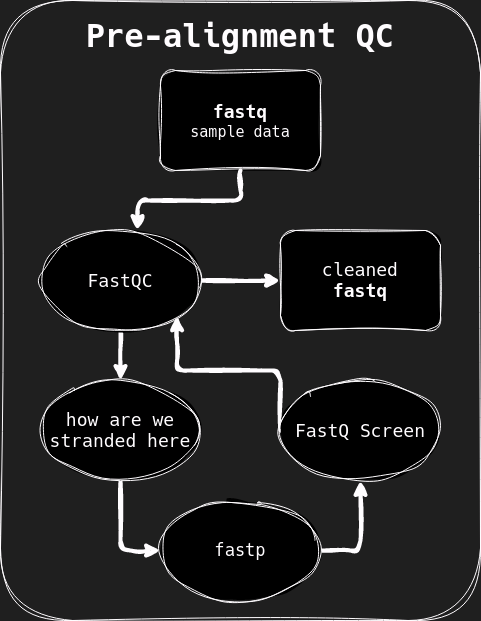
synanth/draw_io keeps this draw.io diagram as pre_align_qc.png. Above is the earlier version. Source tidied: cells renumbered, new cells last; positions are measured from the earlier drawing's top-left corner, leaving out a move shared by most shapes.
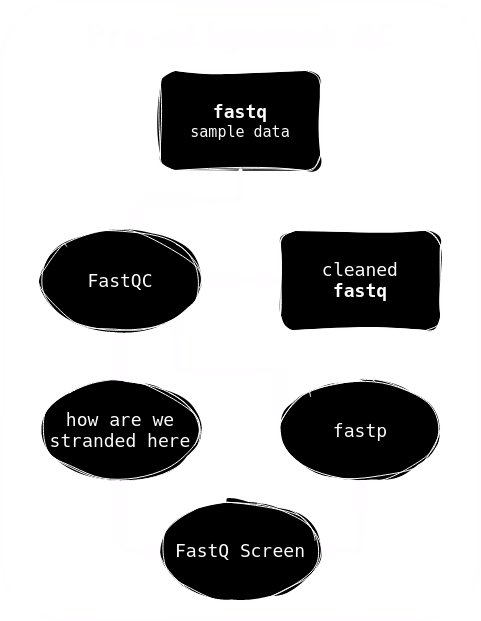
Later version of the same file.

What changed in the source:
```diff
@@ -20,7 +20,7 @@
     <mxCell id="7" style="edgeStyle=orthogonalEdgeStyle;rounded=1;hachureGap=4;jettySize=auto;html=1;fontFamily=Architects Daughter;fontSource=https%3A%2F%2Ffonts.googleapis.com%2Fcss%3Ffamily%3DArchitects%2BDaughter;entryX=0.5;entryY=1;entryDx=0;entryDy=0;exitX=1;exitY=0.5;exitDx=0;exitDy=0;strokeWidth=4;sketch=1;curveFitting=1;jiggle=2;" parent="1" edge="1" source="8" target="10">
       <mxGeometry relative="1" as="geometry" />
     </mxCell>
-    <mxCell id="8" value="&lt;font style=&quot;font-size: 17px;&quot; face=&quot;hack&quot;&gt;fastp&lt;/font&gt;" style="ellipse;whiteSpace=wrap;html=1;rounded=1;hachureGap=4;fontFamily=Architects Daughter;fontSource=https%3A%2F%2Ffonts.googleapis.com%2Fcss%3Ffamily%3DArchitects%2BDaughter;sketch=1;curveFitting=1;jiggle=2;" parent="1" vertex="1">
+    <mxCell id="8" value="&lt;font style=&quot;font-size: 18px;&quot; face=&quot;hack&quot;&gt;FastQ Screen&lt;br&gt;&lt;/font&gt;" style="ellipse;whiteSpace=wrap;html=1;rounded=1;hachureGap=4;fontFamily=Architects Daughter;fontSource=https%3A%2F%2Ffonts.googleapis.com%2Fcss%3Ffamily%3DArchitects%2BDaughter;sketch=1;curveFitting=1;jiggle=2;" parent="1" vertex="1">
       <mxGeometry x="160" y="500" width="160" height="100" as="geometry" />
     </mxCell>
     <mxCell id="9" style="edgeStyle=orthogonalEdgeStyle;rounded=1;hachureGap=4;jettySize=auto;html=1;exitX=0;exitY=0.5;exitDx=0;exitDy=0;entryX=1;entryY=1;entryDx=0;entryDy=0;fontFamily=Architects Daughter;fontSource=https%3A%2F%2Ffonts.googleapis.com%2Fcss%3Ffamily%3DArchitects%2BDaughter;strokeWidth=4;sketch=1;curveFitting=1;jiggle=2;" parent="1" edge="1" source="10" target="6">
@@ -31,7 +31,7 @@
         </Array>
       </mxGeometry>
     </mxCell>
-    <mxCell id="10" value="&lt;font style=&quot;font-size: 18px;&quot; face=&quot;hack&quot;&gt;FastQ Screen&lt;/font&gt;" style="ellipse;whiteSpace=wrap;html=1;rounded=1;hachureGap=4;fontFamily=Architects Daughter;fontSource=https%3A%2F%2Ffonts.googleapis.com%2Fcss%3Ffamily%3DArchitects%2BDaughter;sketch=1;curveFitting=1;jiggle=2;" parent="1" vertex="1">
+    <mxCell id="10" value="&lt;font style=&quot;font-size: 18px;&quot; face=&quot;hack&quot;&gt;fastp&lt;/font&gt;" style="ellipse;whiteSpace=wrap;html=1;rounded=1;hachureGap=4;fontFamily=Architects Daughter;fontSource=https%3A%2F%2Ffonts.googleapis.com%2Fcss%3Ffamily%3DArchitects%2BDaughter;sketch=1;curveFitting=1;jiggle=2;" parent="1" vertex="1">
       <mxGeometry x="280" y="380" width="160" height="100" as="geometry" />
     </mxCell>
     <mxCell id="11" value="&lt;div&gt;&lt;font style=&quot;font-size: 18px;&quot;&gt;&lt;font face=&quot;hack&quot;&gt;cleaned&lt;/font&gt;&lt;/font&gt;&lt;/div&gt;&lt;div&gt;&lt;font style=&quot;font-size: 18px;&quot;&gt;&lt;font face=&quot;hack&quot;&gt;&lt;b&gt;fastq&lt;/b&gt;&lt;/font&gt;&lt;/font&gt;&lt;/div&gt;" style="rounded=1;whiteSpace=wrap;html=1;hachureGap=4;fontFamily=Architects Daughter;fontSource=https%3A%2F%2Ffonts.googleapis.com%2Fcss%3Ffamily%3DArchitects%2BDaughter;sketch=1;curveFitting=1;jiggle=2;" parent="1" vertex="1">
```
